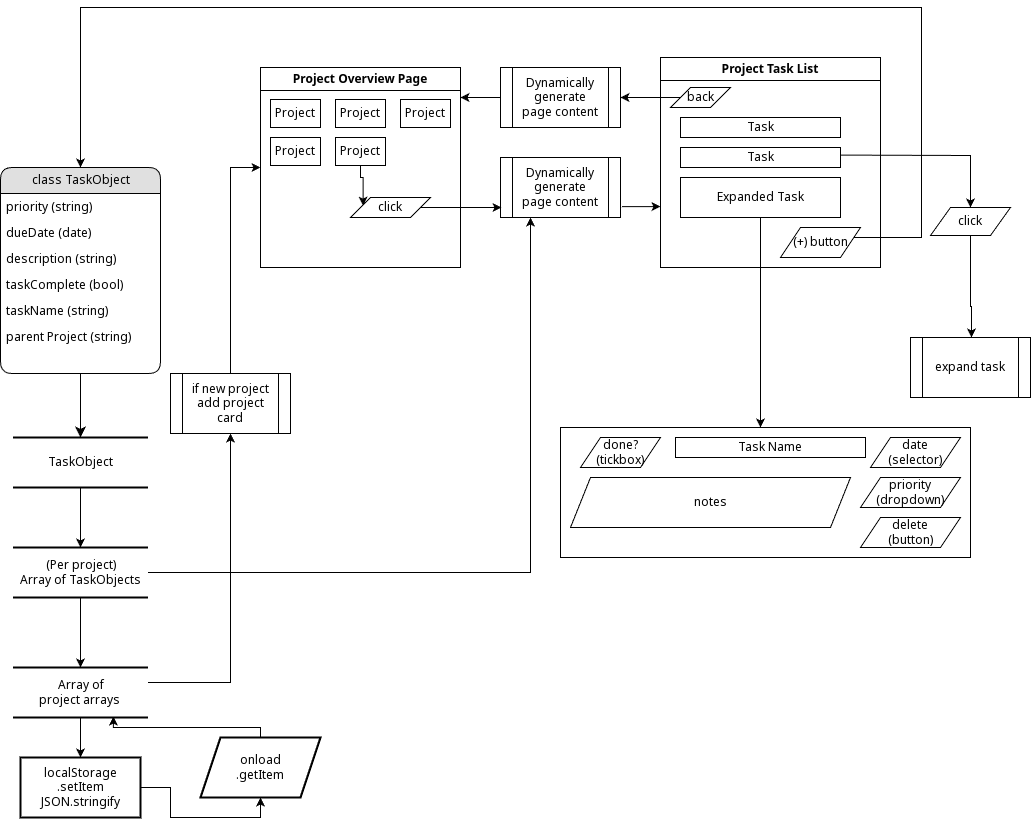
Earlier version of the draw.io export flowchart.drawio.png (sykul/Todo-List). Source tidied: cells renumbered, new cells last; positions are measured from the earlier drawing's top-left corner, leaving out a move shared by most shapes.
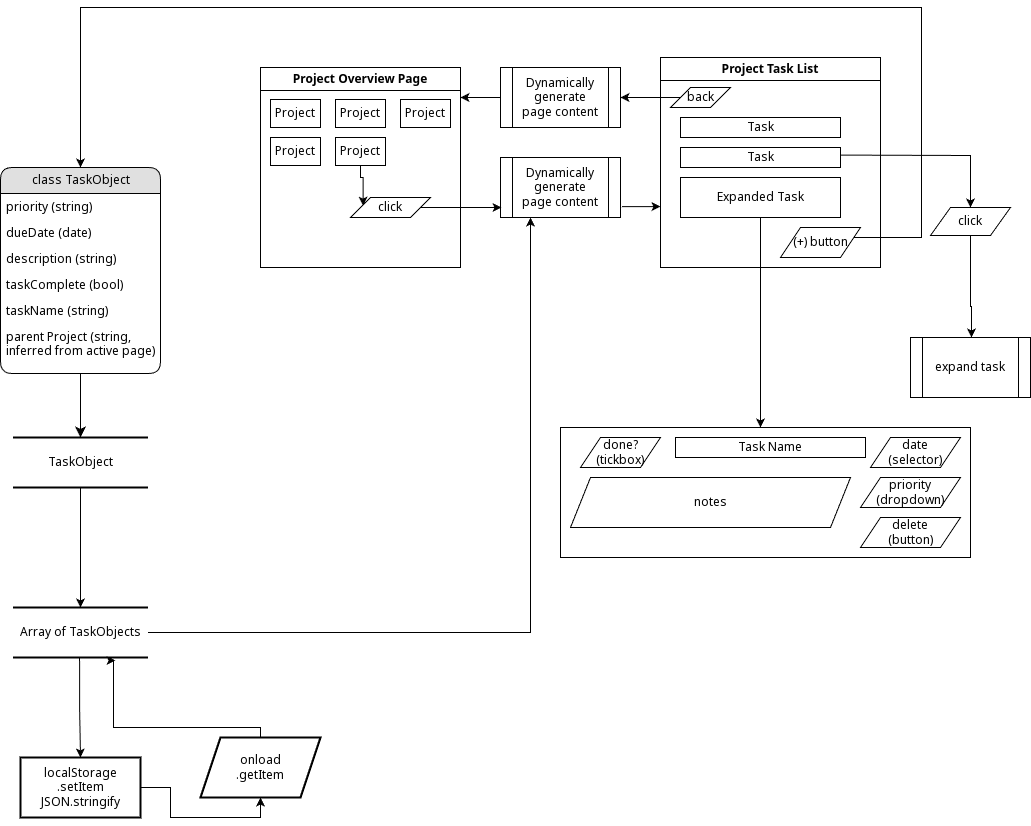
The same file after the commit.

Change to the diagram source:
```diff
@@ -5,13 +5,6 @@
     <mxCell id="2" style="edgeStyle=orthogonalEdgeStyle;rounded=0;jettySize=auto;html=1;" parent="1" edge="1" source="4" target="14">
       <mxGeometry relative="1" as="geometry" />
     </mxCell>
-    <mxCell id="3" style="edgeStyle=orthogonalEdgeStyle;rounded=0;jettySize=auto;html=1;entryX=0.5;entryY=1;entryDx=0;entryDy=0;" parent="1" edge="1" source="34" target="31">
-      <mxGeometry relative="1" as="geometry">
-        <Array as="points">
-          <mxPoint x="230" y="675" />
-        </Array>
-      </mxGeometry>
-    </mxCell>
     <mxCell id="4" value="TaskObject" style="html=1;rounded=0;shadow=0;comic=0;labelBackgroundColor=none;strokeWidth=2;fontFamily=Verdana;fontSize=12;align=center;shape=mxgraph.ios7ui.horLines;" parent="1" vertex="1">
       <mxGeometry x="12.5" y="430" width="135" height="50" as="geometry" />
     </mxCell>
@@ -33,17 +26,14 @@
     <mxCell id="10" value="taskName (string)" style="text;html=1;strokeColor=none;fillColor=none;spacingLeft=4;spacingRight=4;whiteSpace=wrap;overflow=hidden;" parent="5" vertex="1">
       <mxGeometry y="130" width="160" height="26" as="geometry" />
     </mxCell>
-    <mxCell id="11" value="parent Project (string)" style="text;html=1;strokeColor=none;fillColor=none;spacingLeft=4;spacingRight=4;whiteSpace=wrap;overflow=hidden;" parent="5" vertex="1">
-      <mxGeometry y="156" width="160" height="26" as="geometry" />
+    <mxCell id="11" value="parent Project (string, inferred from active page)" style="text;html=1;strokeColor=none;fillColor=none;spacingLeft=4;spacingRight=4;whiteSpace=wrap;overflow=hidden;" parent="5" vertex="1">
+      <mxGeometry y="156" width="160" height="34" as="geometry" />
     </mxCell>
-    <mxCell id="12" style="edgeStyle=orthogonalEdgeStyle;rounded=0;jettySize=auto;html=1;" parent="1" edge="1" source="14" target="34">
-      <mxGeometry relative="1" as="geometry" />
-    </mxCell>
     <mxCell id="13" style="edgeStyle=orthogonalEdgeStyle;rounded=0;jettySize=auto;html=1;entryX=0.25;entryY=1;entryDx=0;entryDy=0;" parent="1" edge="1" source="14" target="48">
       <mxGeometry relative="1" as="geometry" />
     </mxCell>
-    <mxCell id="14" value="&lt;div&gt;(Per project)&lt;/div&gt;Array of TaskObjects" style="html=1;rounded=0;shadow=0;comic=0;labelBackgroundColor=none;strokeWidth=2;fontFamily=Verdana;fontSize=12;align=center;shape=mxgraph.ios7ui.horLines;" parent="1" vertex="1">
-      <mxGeometry x="12.5" y="540" width="135" height="50" as="geometry" />
+    <mxCell id="14" value="&lt;div&gt;&lt;span style=&quot;background-color: initial;&quot;&gt;Array of TaskObjects&lt;/span&gt;&lt;br&gt;&lt;/div&gt;" style="html=1;rounded=0;shadow=0;comic=0;labelBackgroundColor=none;strokeWidth=2;fontFamily=Verdana;fontSize=12;align=center;shape=mxgraph.ios7ui.horLines;" parent="1" vertex="1">
+      <mxGeometry x="12.5" y="600" width="135" height="50" as="geometry" />
     </mxCell>
     <mxCell id="15" style="edgeStyle=none;html=1;labelBackgroundColor=none;startFill=0;startSize=8;endFill=1;endSize=8;fontFamily=Verdana;fontSize=12;" parent="1" edge="1" source="5" target="4">
       <mxGeometry relative="1" as="geometry" />
@@ -95,16 +85,6 @@
     <mxCell id="29" value="back" style="shape=parallelogram;perimeter=parallelogramPerimeter;whiteSpace=wrap;html=1;fixedSize=1;" parent="24" vertex="1">
       <mxGeometry x="10" y="30" width="60" height="20" as="geometry" />
     </mxCell>
-    <mxCell id="30" style="edgeStyle=orthogonalEdgeStyle;rounded=0;jettySize=auto;html=1;entryX=0;entryY=0.5;entryDx=0;entryDy=0;exitX=0.5;exitY=0;exitDx=0;exitDy=0;" parent="1" edge="1" source="31" target="16">
-      <mxGeometry relative="1" as="geometry">
-        <Array as="points">
-          <mxPoint x="230" y="160" />
-        </Array>
-      </mxGeometry>
-    </mxCell>
-    <mxCell id="31" value="if new project&lt;div&gt;add project card&lt;/div&gt;" style="shape=process;whiteSpace=wrap;html=1;backgroundOutline=1;" parent="1" vertex="1">
-      <mxGeometry x="170" y="366" width="120" height="60" as="geometry" />
-    </mxCell>
     <mxCell id="32" style="edgeStyle=orthogonalEdgeStyle;rounded=0;jettySize=auto;html=1;entryX=0.5;entryY=0;entryDx=0;entryDy=0;" parent="1" edge="1" source="28" target="5">
       <mxGeometry relative="1" as="geometry">
         <Array as="points">
@@ -114,12 +94,9 @@
         </Array>
       </mxGeometry>
     </mxCell>
-    <mxCell id="33" style="edgeStyle=orthogonalEdgeStyle;rounded=0;jettySize=auto;html=1;" parent="1" edge="1" source="34" target="53">
+    <mxCell id="33" style="edgeStyle=orthogonalEdgeStyle;rounded=0;jettySize=auto;html=1;exitX=0.493;exitY=1;exitDx=0;exitDy=0;exitPerimeter=0;" parent="1" edge="1" source="14" target="53">
       <mxGeometry relative="1" as="geometry" />
     </mxCell>
-    <mxCell id="34" value="&lt;div&gt;&lt;span style=&quot;background-color: initial;&quot;&gt;Array of&lt;/span&gt;&lt;/div&gt;&lt;div&gt;&lt;span style=&quot;background-color: initial;&quot;&gt;project arrays&amp;nbsp;&lt;/span&gt;&lt;br&gt;&lt;/div&gt;" style="html=1;rounded=0;shadow=0;comic=0;labelBackgroundColor=none;strokeWidth=2;fontFamily=Verdana;fontSize=12;align=center;shape=mxgraph.ios7ui.horLines;" parent="1" vertex="1">
-      <mxGeometry x="12.5" y="660" width="135" height="50" as="geometry" />
-    </mxCell>
     <mxCell id="35" style="edgeStyle=orthogonalEdgeStyle;rounded=0;jettySize=auto;html=1;" parent="1" edge="1" source="36" target="38">
       <mxGeometry relative="1" as="geometry">
         <Array as="points">
@@ -213,11 +190,12 @@
     <mxCell id="55" value="onload&lt;div&gt;.getItem&lt;/div&gt;" style="shape=parallelogram;perimeter=parallelogramPerimeter;whiteSpace=wrap;html=1;fixedSize=1;fontFamily=Verdana;rounded=0;shadow=0;comic=0;labelBackgroundColor=none;strokeWidth=2;" parent="1" vertex="1">
       <mxGeometry x="200" y="730" width="120" height="60" as="geometry" />
     </mxCell>
-    <mxCell id="56" style="edgeStyle=orthogonalEdgeStyle;rounded=0;jettySize=auto;html=1;entryX=0.744;entryY=0.98;entryDx=0;entryDy=0;entryPerimeter=0;exitX=0.5;exitY=0;exitDx=0;exitDy=0;" parent="1" edge="1" source="55" target="34">
+    <mxCell id="56" style="edgeStyle=orthogonalEdgeStyle;rounded=0;jettySize=auto;html=1;entryX=0.759;entryY=1.06;entryDx=0;entryDy=0;entryPerimeter=0;exitX=0.5;exitY=0;exitDx=0;exitDy=0;" parent="1" edge="1" source="55" target="14">
       <mxGeometry relative="1" as="geometry">
         <Array as="points">
           <mxPoint x="260" y="720" />
           <mxPoint x="113" y="720" />
+          <mxPoint x="113" y="653" />
         </Array>
       </mxGeometry>
     </mxCell>
```
